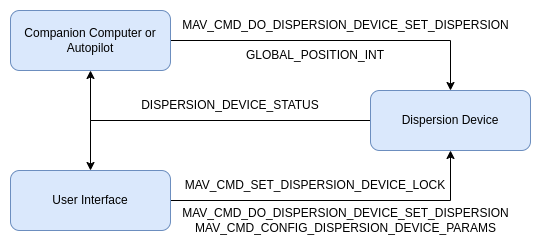
Above: dispersion_protocol/hardware_config.png in mavlink/rfcs (draw.io), before the change. Source tidied: cells renumbered, new cells last; positions are measured from the earlier drawing's top-left corner, leaving out a move shared by most shapes. The source it was exported from:
```xml
<mxGraphModel>
  <root>
    <mxCell id="0" />
    <mxCell id="1" parent="0" />
    <mxCell id="2" style="edgeStyle=orthogonalEdgeStyle;rounded=0;jettySize=auto;html=1;exitX=0;exitY=0.5;exitDx=0;exitDy=0;entryX=0.5;entryY=1;entryDx=0;entryDy=0;" parent="1" edge="1" source="4" target="6">
      <mxGeometry relative="1" as="geometry" />
    </mxCell>
    <mxCell id="3" style="edgeStyle=orthogonalEdgeStyle;rounded=0;jettySize=auto;html=1;exitX=0;exitY=0.5;exitDx=0;exitDy=0;entryX=0.5;entryY=0;entryDx=0;entryDy=0;" parent="1" edge="1" source="4" target="8">
      <mxGeometry relative="1" as="geometry" />
    </mxCell>
    <mxCell id="4" value="Dispersion Device" style="rounded=1;whiteSpace=wrap;html=1;fillColor=#dae8fc;strokeColor=#6c8ebf;" parent="1" vertex="1">
      <mxGeometry x="360" y="80" width="160" height="60" as="geometry" />
    </mxCell>
    <mxCell id="5" style="edgeStyle=orthogonalEdgeStyle;rounded=0;jettySize=auto;html=1;exitX=1;exitY=0.5;exitDx=0;exitDy=0;entryX=0.5;entryY=0;entryDx=0;entryDy=0;" parent="1" edge="1" source="6" target="4">
      <mxGeometry relative="1" as="geometry" />
    </mxCell>
    <mxCell id="6" value="Companion Computer or Autopilot" style="rounded=1;whiteSpace=wrap;html=1;fillColor=#dae8fc;strokeColor=#6c8ebf;" parent="1" vertex="1">
      <mxGeometry width="160" height="60" as="geometry" />
    </mxCell>
    <mxCell id="7" style="edgeStyle=orthogonalEdgeStyle;rounded=0;jettySize=auto;html=1;exitX=1;exitY=0.5;exitDx=0;exitDy=0;entryX=0.5;entryY=1;entryDx=0;entryDy=0;" parent="1" edge="1" source="8" target="4">
      <mxGeometry relative="1" as="geometry" />
    </mxCell>
    <mxCell id="8" value="User Interface" style="rounded=1;whiteSpace=wrap;html=1;fillColor=#dae8fc;strokeColor=#6c8ebf;" parent="1" vertex="1">
      <mxGeometry y="160" width="160" height="60" as="geometry" />
    </mxCell>
    <mxCell id="9" value="GLOBAL_POSITION_INT" style="text;html=1;align=center;verticalAlign=middle;whiteSpace=wrap;rounded=0;" parent="1" vertex="1">
      <mxGeometry x="160" y="30" width="290" height="30" as="geometry" />
    </mxCell>
    <mxCell id="10" value="DISPERSION_DEVICE_STATUS" style="text;html=1;align=center;verticalAlign=middle;whiteSpace=wrap;rounded=0;" parent="1" vertex="1">
      <mxGeometry x="80" y="80" width="280" height="30" as="geometry" />
    </mxCell>
    <mxCell id="11" value="MAV_CMD_DO_DISPERSION_DEVICE_SET_DISPERSION" style="text;html=1;align=center;verticalAlign=middle;strokeColor=none;fillColor=none;" parent="1" vertex="1">
      <mxGeometry x="160" width="350" height="30" as="geometry" />
    </mxCell>
    <mxCell id="12" value="MAV_CMD_SET_DISPERSION_DEVICE_LOCK" style="text;html=1;align=center;verticalAlign=middle;whiteSpace=wrap;rounded=0;" parent="1" vertex="1">
      <mxGeometry x="160" y="160" width="290" height="30" as="geometry" />
    </mxCell>
    <mxCell id="13" value="MAV_CMD_DO_DISPERSION_DEVICE_SET_DISPERSION&lt;div&gt;MAV_CMD_CONFIG_DISPERSION_DEVICE_PARAMS&lt;/div&gt;" style="text;html=1;align=center;verticalAlign=middle;strokeColor=none;fillColor=none;" parent="1" vertex="1">
      <mxGeometry x="160" y="190" width="350" height="40" as="geometry" />
    </mxCell>
  </root>
</mxGraphModel>
```
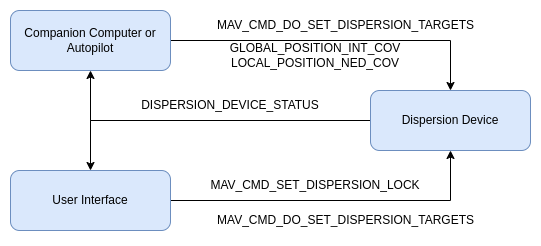
After the change.

What changed in the source:
```diff
@@ -23,20 +23,20 @@
     <mxCell id="8" value="User Interface" style="rounded=1;whiteSpace=wrap;html=1;fillColor=#dae8fc;strokeColor=#6c8ebf;" parent="1" vertex="1">
       <mxGeometry y="160" width="160" height="60" as="geometry" />
     </mxCell>
-    <mxCell id="9" value="GLOBAL_POSITION_INT" style="text;html=1;align=center;verticalAlign=middle;whiteSpace=wrap;rounded=0;" parent="1" vertex="1">
+    <mxCell id="9" value="GLOBAL_POSITION_INT_COV&lt;div&gt;LOCAL_POSITION_NED_COV&lt;/div&gt;" style="text;html=1;align=center;verticalAlign=middle;whiteSpace=wrap;rounded=0;" parent="1" vertex="1">
       <mxGeometry x="160" y="30" width="290" height="30" as="geometry" />
     </mxCell>
     <mxCell id="10" value="DISPERSION_DEVICE_STATUS" style="text;html=1;align=center;verticalAlign=middle;whiteSpace=wrap;rounded=0;" parent="1" vertex="1">
       <mxGeometry x="80" y="80" width="280" height="30" as="geometry" />
     </mxCell>
-    <mxCell id="11" value="MAV_CMD_DO_DISPERSION_DEVICE_SET_DISPERSION" style="text;html=1;align=center;verticalAlign=middle;strokeColor=none;fillColor=none;" parent="1" vertex="1">
-      <mxGeometry x="160" width="350" height="30" as="geometry" />
+    <mxCell id="11" value="MAV_CMD_DO_SET_DISPERSION_TARGETS" style="text;html=1;align=center;verticalAlign=middle;strokeColor=none;fillColor=none;" parent="1" vertex="1">
+      <mxGeometry x="195" width="280" height="30" as="geometry" />
     </mxCell>
-    <mxCell id="12" value="MAV_CMD_SET_DISPERSION_DEVICE_LOCK" style="text;html=1;align=center;verticalAlign=middle;whiteSpace=wrap;rounded=0;" parent="1" vertex="1">
+    <mxCell id="12" value="MAV_CMD_SET_DISPERSION_LOCK" style="text;html=1;align=center;verticalAlign=middle;whiteSpace=wrap;rounded=0;" parent="1" vertex="1">
       <mxGeometry x="160" y="160" width="290" height="30" as="geometry" />
     </mxCell>
-    <mxCell id="13" value="MAV_CMD_DO_DISPERSION_DEVICE_SET_DISPERSION&lt;div&gt;MAV_CMD_CONFIG_DISPERSION_DEVICE_PARAMS&lt;/div&gt;" style="text;html=1;align=center;verticalAlign=middle;strokeColor=none;fillColor=none;" parent="1" vertex="1">
-      <mxGeometry x="160" y="190" width="350" height="40" as="geometry" />
+    <mxCell id="13" value="MAV_CMD_DO_SET_DISPERSION_TARGETS" style="text;html=1;align=center;verticalAlign=middle;strokeColor=none;fillColor=none;" parent="1" vertex="1">
+      <mxGeometry x="195" y="195" width="280" height="30" as="geometry" />
     </mxCell>
   </root>
 </mxGraphModel>
```
